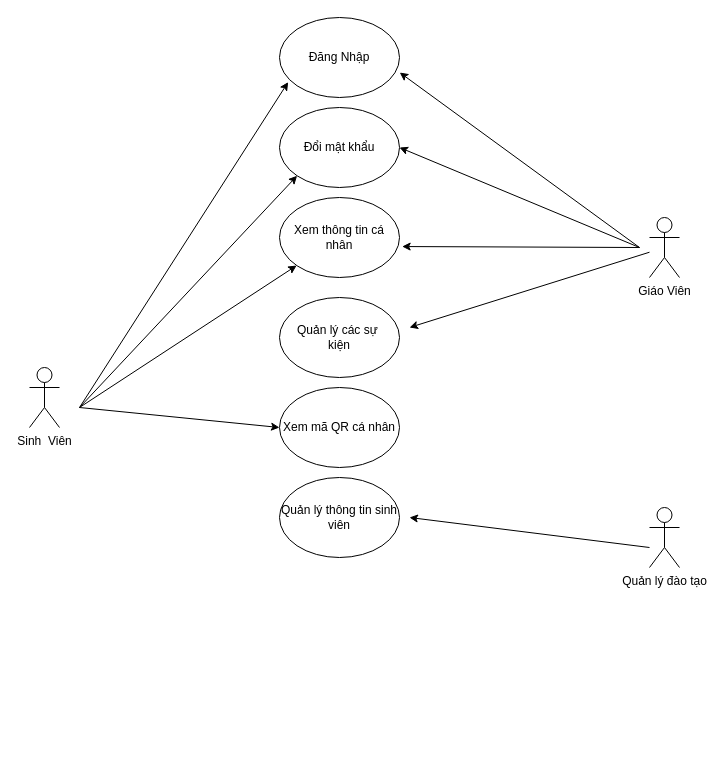
Earlier version of the draw.io diagram usecase.drawio (Tranchinh30032001/Do_an_Be). Source tidied: cells renumbered, new cells numbered last; positions are measured from the earlier drawing's top-left corner, leaving out a move shared by most shapes. Both pictures are drawn from the tidied source at 100%, with x=0, y=0 at pixel (29, 17).
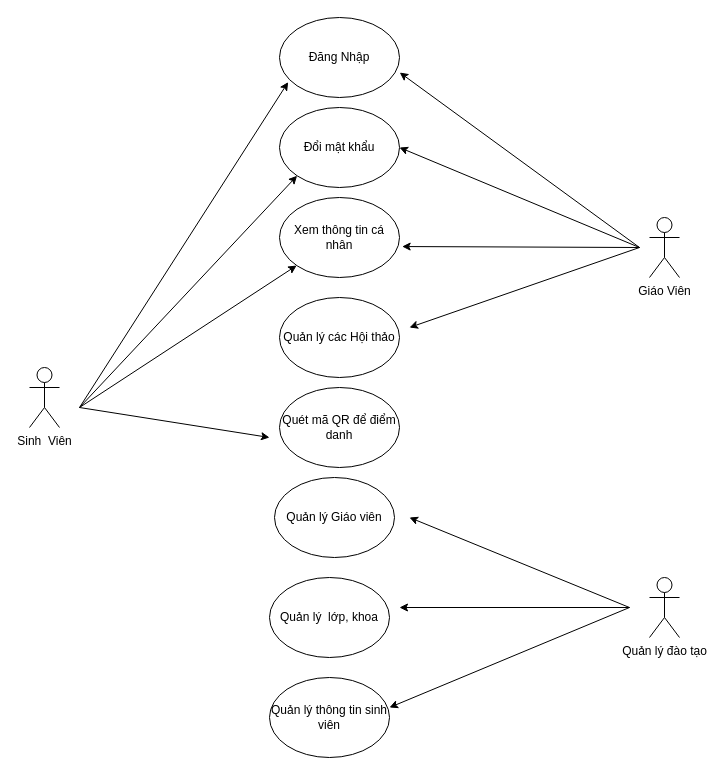
After the change.

Unchanged cells that the change refers to:
```xml
<mxCell id="4" value="Giáo Viên" style="shape=umlActor;verticalLabelPosition=bottom;verticalAlign=top;html=1;outlineConnect=0;" parent="1" vertex="1">
  <mxGeometry x="620" y="200" width="30" height="60" as="geometry" />
</mxCell>
```

Diff of the diagram source:
```diff
@@
-    <mxCell id="3" style="edgeStyle=none;html=1;" parent="1" edge="1" source="4">
+    <mxCell id="3" style="edgeStyle=none;html=1;" parent="1" edge="1">
       <mxGeometry relative="1" as="geometry">
+        <mxPoint x="610" y="230" as="sourcePoint" />
         <mxPoint x="380" y="310" as="targetPoint" />
       </mxGeometry>
     </mxCell>
@@
-    <mxCell id="5" style="edgeStyle=none;html=1;" parent="1" edge="1">
-      <mxGeometry relative="1" as="geometry">
-        <mxPoint x="620" y="530" as="sourcePoint" />
-        <mxPoint x="380" y="500" as="targetPoint" />
-      </mxGeometry>
-    </mxCell>
     <mxCell id="6" value="Quản lý đào tạo" style="shape=umlActor;verticalLabelPosition=bottom;verticalAlign=top;html=1;" parent="1" vertex="1">
-      <mxGeometry x="620" y="490" width="30" height="60" as="geometry" />
+      <mxGeometry x="620" y="560" width="30" height="60" as="geometry" />
     </mxCell>
@@
-    <mxCell id="9" value="Xem mã QR cá nhân" style="ellipse;whiteSpace=wrap;html=1;" parent="1" vertex="1">
-      <mxGeometry x="250" y="370" width="120" height="80" as="geometry" />
-    </mxCell>
     <mxCell id="10" value="Quản lý thông tin sinh viên" style="ellipse;whiteSpace=wrap;html=1;" parent="1" vertex="1">
-      <mxGeometry x="250" y="460" width="120" height="80" as="geometry" />
+      <mxGeometry x="240" y="660" width="120" height="80" as="geometry" />
     </mxCell>
@@
-    <mxCell id="15" style="endArrow=classic;html=1;entryX=0;entryY=0.5;entryDx=0;entryDy=0;" parent="1" edge="1" target="9">
-      <mxGeometry relative="1" as="geometry">
-        <mxPoint x="50" y="390" as="sourcePoint" />
-      </mxGeometry>
-    </mxCell>
@@
-    <mxCell id="19" value="Quản lý các sự&amp;nbsp;&lt;br&gt;kiện" style="ellipse;whiteSpace=wrap;html=1;" parent="1" vertex="1">
+    <mxCell id="19" value="Quản lý các Hội thảo" style="ellipse;whiteSpace=wrap;html=1;" parent="1" vertex="1">
       <mxGeometry x="250" y="280" width="120" height="80" as="geometry" />
     </mxCell>
+    <mxCell id="20" value="Quét mã QR để điểm danh" style="ellipse;whiteSpace=wrap;html=1;" parent="1" vertex="1">
+      <mxGeometry x="250" y="370" width="120" height="80" as="geometry" />
+    </mxCell>
+    <mxCell id="21" value="Quản lý Giáo viên" style="ellipse;whiteSpace=wrap;html=1;" parent="1" vertex="1">
+      <mxGeometry x="245" y="460" width="120" height="80" as="geometry" />
+    </mxCell>
+    <mxCell id="22" value="Quản lý&amp;nbsp; lớp, khoa" style="ellipse;whiteSpace=wrap;html=1;" parent="1" vertex="1">
+      <mxGeometry x="240" y="560" width="120" height="80" as="geometry" />
+    </mxCell>
+    <mxCell id="23" style="edgeStyle=none;html=1;entryX=1;entryY=0.375;entryDx=0;entryDy=0;entryPerimeter=0;" parent="1" edge="1" target="10">
+      <mxGeometry relative="1" as="geometry">
+        <mxPoint x="600" y="590" as="sourcePoint" />
+      </mxGeometry>
+    </mxCell>
+    <mxCell id="24" style="edgeStyle=none;html=1;" parent="1" edge="1">
+      <mxGeometry relative="1" as="geometry">
+        <mxPoint x="600" y="590" as="sourcePoint" />
+        <mxPoint x="370" y="590" as="targetPoint" />
+      </mxGeometry>
+    </mxCell>
+    <mxCell id="25" style="edgeStyle=none;html=1;" parent="1" edge="1">
+      <mxGeometry relative="1" as="geometry">
+        <mxPoint x="600" y="590" as="sourcePoint" />
+        <mxPoint x="380" y="500" as="targetPoint" />
+      </mxGeometry>
+    </mxCell>
+    <mxCell id="26" style="endArrow=classic;html=1;" parent="1" edge="1">
+      <mxGeometry relative="1" as="geometry">
+        <mxPoint x="50" y="390" as="sourcePoint" />
+        <mxPoint x="240" y="420" as="targetPoint" />
+      </mxGeometry>
+    </mxCell>
```
